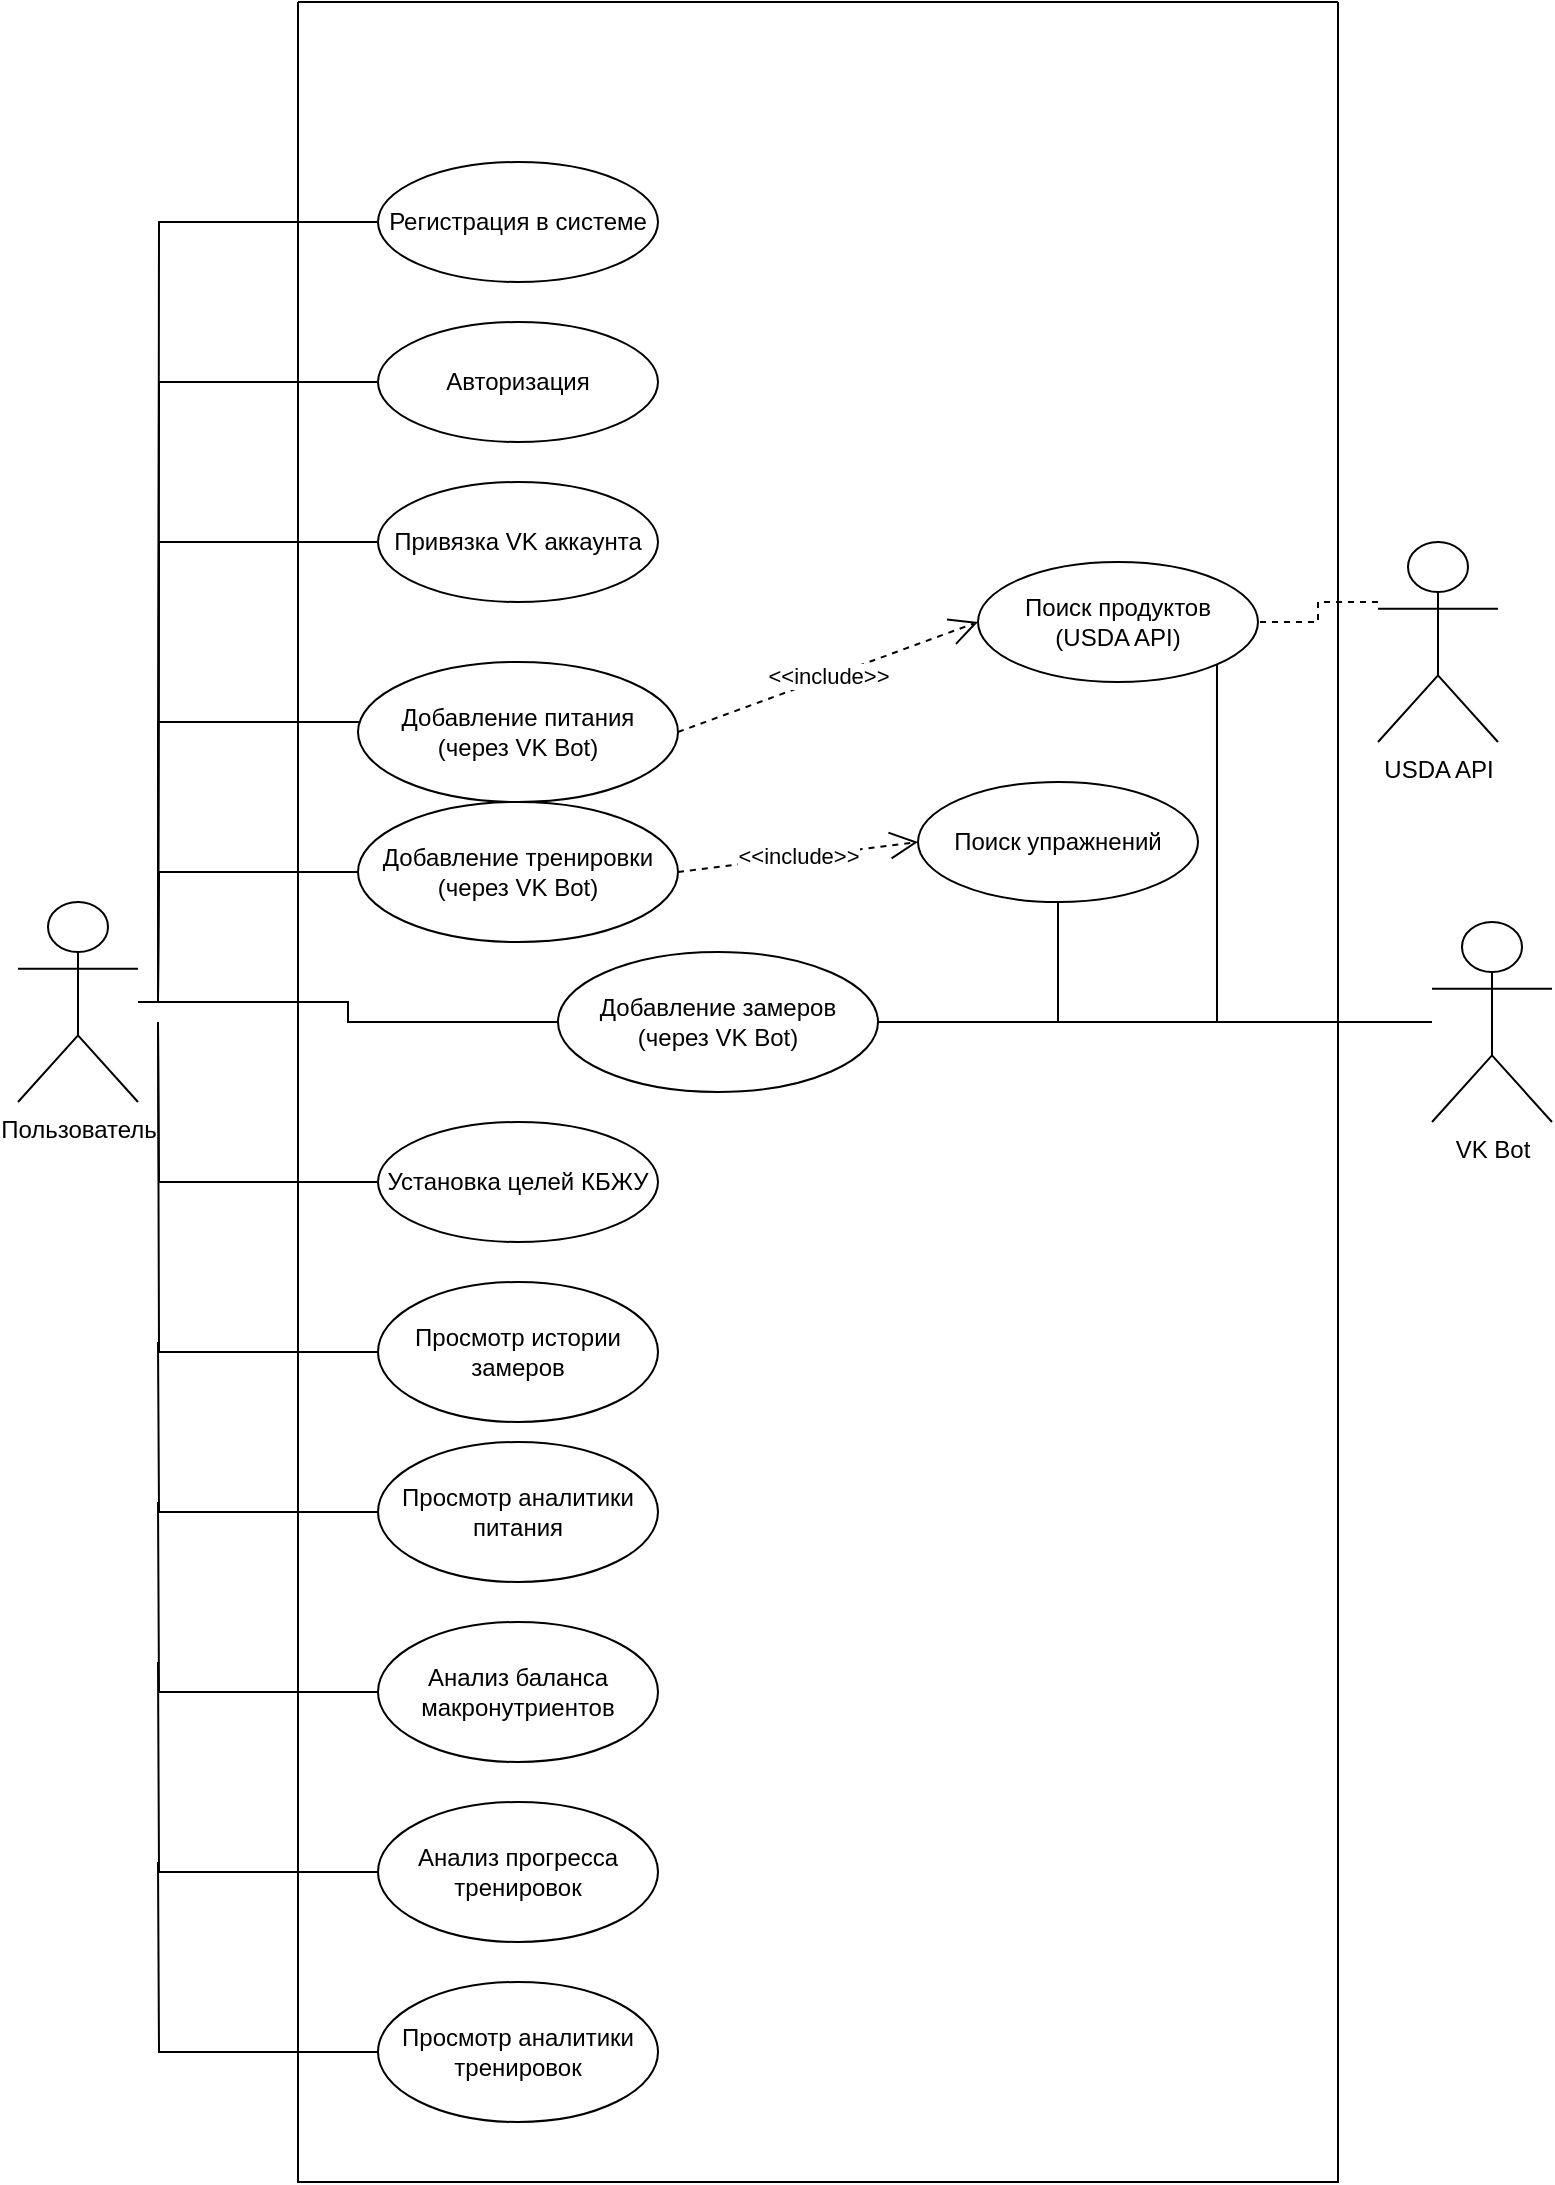
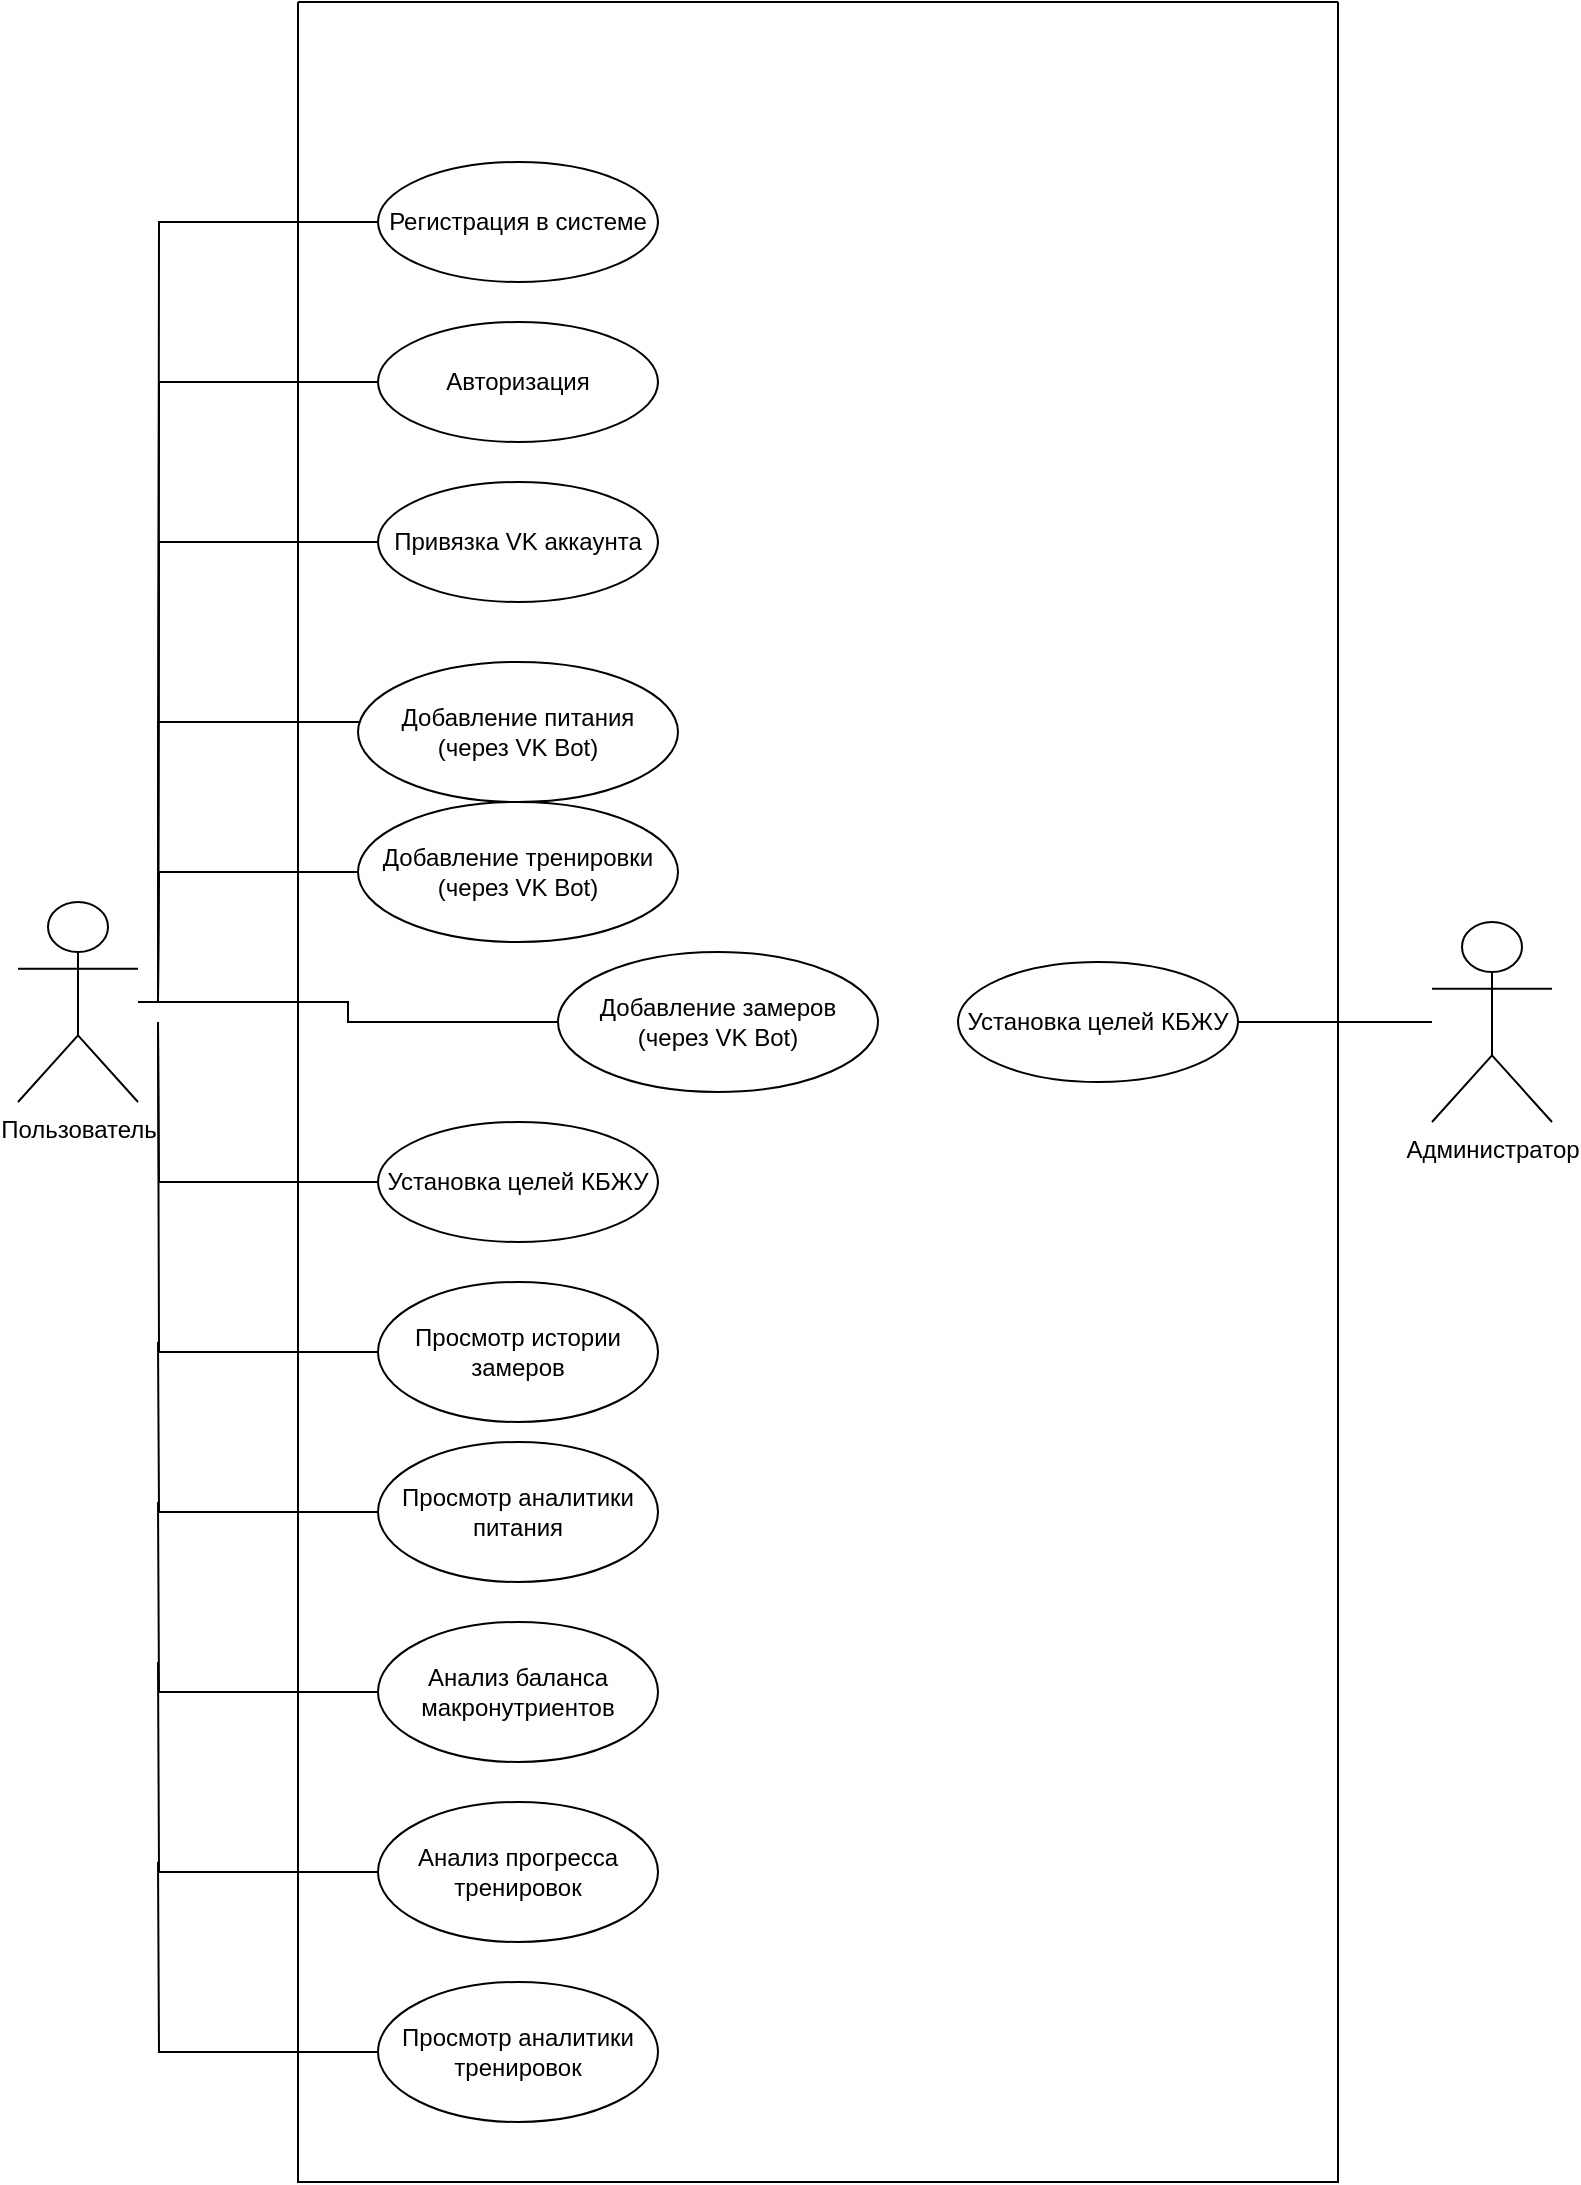
<mxfile host="app.diagrams.net">
  <diagram name="FitProgress Use Case" id="9JZ2y8M0cF6sNXs7l6vB">
-     <mxGraphModel dx="2020" dy="2300" grid="1" gridSize="10" guides="1" tooltips="1" connect="1" arrows="1" fold="1" page="1" pageScale="1" pageWidth="827" pageHeight="1169" math="0" shadow="0">
+     <mxGraphModel dx="1664" dy="2101" grid="1" gridSize="10" guides="1" tooltips="1" connect="1" arrows="1" fold="1" page="1" pageScale="1" pageWidth="827" pageHeight="1169" math="0" shadow="0">
      <root>
        <mxCell id="0" />
        <mxCell id="1" parent="0" />
        <mxCell id="9UH2vfzYbyjzuRudU_ZF-1" parent="1" style="swimlane;whiteSpace=wrap;html=1;startSize=0;fontSize=14;fontStyle=1" value="" vertex="1">
          <mxGeometry height="1090" width="520" x="260" y="-100" as="geometry">
            <mxRectangle height="40" width="50" x="280" y="110" as="alternateBounds" />
          </mxGeometry>
        </mxCell>
        <mxCell id="9UH2vfzYbyjzuRudU_ZF-2" parent="9UH2vfzYbyjzuRudU_ZF-1" style="ellipse;whiteSpace=wrap;html=1;" value="Регистрация в системе" vertex="1">
          <mxGeometry height="60" width="140" x="40" y="80" as="geometry" />
        </mxCell>
        <mxCell id="9UH2vfzYbyjzuRudU_ZF-3" parent="9UH2vfzYbyjzuRudU_ZF-1" style="ellipse;whiteSpace=wrap;html=1;" value="Авторизация" vertex="1">
          <mxGeometry height="60" width="140" x="40" y="160" as="geometry" />
        </mxCell>
        <mxCell id="9UH2vfzYbyjzuRudU_ZF-4" parent="9UH2vfzYbyjzuRudU_ZF-1" style="ellipse;whiteSpace=wrap;html=1;" value="Привязка VK аккаунта" vertex="1">
          <mxGeometry height="60" width="140" x="40" y="240" as="geometry" />
        </mxCell>
        <mxCell id="9UH2vfzYbyjzuRudU_ZF-46" edge="1" parent="9UH2vfzYbyjzuRudU_ZF-1" source="9UH2vfzYbyjzuRudU_ZF-6" style="edgeStyle=orthogonalEdgeStyle;rounded=0;orthogonalLoop=1;jettySize=auto;html=1;exitX=0;exitY=0.5;exitDx=0;exitDy=0;endArrow=none;endFill=0;">
          <mxGeometry relative="1" as="geometry">
            <mxPoint x="-70" y="510" as="targetPoint" />
          </mxGeometry>
        </mxCell>
        <mxCell id="9UH2vfzYbyjzuRudU_ZF-6" parent="9UH2vfzYbyjzuRudU_ZF-1" style="ellipse;whiteSpace=wrap;html=1;" value="Установка целей КБЖУ" vertex="1">
          <mxGeometry height="60" width="140" x="40" y="560" as="geometry" />
        </mxCell>
        <mxCell id="9UH2vfzYbyjzuRudU_ZF-7" parent="9UH2vfzYbyjzuRudU_ZF-1" style="ellipse;whiteSpace=wrap;html=1;" value="Добавление тренировки&lt;br&gt;(через VK Bot)" vertex="1">
          <mxGeometry height="70" width="160" x="30" y="400" as="geometry" />
        </mxCell>
        <mxCell id="9UH2vfzYbyjzuRudU_ZF-51" edge="1" parent="9UH2vfzYbyjzuRudU_ZF-1" source="9UH2vfzYbyjzuRudU_ZF-8" style="edgeStyle=orthogonalEdgeStyle;rounded=0;orthogonalLoop=1;jettySize=auto;html=1;endArrow=none;endFill=0;">
          <mxGeometry relative="1" as="geometry">
            <mxPoint x="-70" y="930" as="targetPoint" />
          </mxGeometry>
        </mxCell>
        <mxCell id="9UH2vfzYbyjzuRudU_ZF-8" parent="9UH2vfzYbyjzuRudU_ZF-1" style="ellipse;whiteSpace=wrap;html=1;" value="Просмотр аналитики&lt;br&gt;тренировок" vertex="1">
          <mxGeometry height="70" width="140" x="40" y="990" as="geometry" />
        </mxCell>
        <mxCell id="9UH2vfzYbyjzuRudU_ZF-50" edge="1" parent="9UH2vfzYbyjzuRudU_ZF-1" source="9UH2vfzYbyjzuRudU_ZF-9" style="edgeStyle=orthogonalEdgeStyle;rounded=0;orthogonalLoop=1;jettySize=auto;html=1;exitX=0;exitY=0.5;exitDx=0;exitDy=0;endArrow=none;endFill=0;">
          <mxGeometry relative="1" as="geometry">
            <mxPoint x="-70" y="830" as="targetPoint" />
          </mxGeometry>
        </mxCell>
        <mxCell id="9UH2vfzYbyjzuRudU_ZF-9" parent="9UH2vfzYbyjzuRudU_ZF-1" style="ellipse;whiteSpace=wrap;html=1;" value="Анализ прогресса&lt;br&gt;тренировок" vertex="1">
          <mxGeometry height="70" width="140" x="40" y="900" as="geometry" />
        </mxCell>
        <mxCell id="9UH2vfzYbyjzuRudU_ZF-10" parent="9UH2vfzYbyjzuRudU_ZF-1" style="ellipse;whiteSpace=wrap;html=1;" value="Добавление питания&lt;br&gt;(через VK Bot)" vertex="1">
          <mxGeometry height="70" width="160" x="30" y="330" as="geometry" />
        </mxCell>
        <mxCell id="9UH2vfzYbyjzuRudU_ZF-48" edge="1" parent="9UH2vfzYbyjzuRudU_ZF-1" source="9UH2vfzYbyjzuRudU_ZF-11" style="edgeStyle=orthogonalEdgeStyle;rounded=0;orthogonalLoop=1;jettySize=auto;html=1;exitX=0;exitY=0.5;exitDx=0;exitDy=0;endArrow=none;endFill=0;">
          <mxGeometry relative="1" as="geometry">
            <mxPoint x="-70" y="670" as="targetPoint" />
          </mxGeometry>
        </mxCell>
        <mxCell id="9UH2vfzYbyjzuRudU_ZF-11" parent="9UH2vfzYbyjzuRudU_ZF-1" style="ellipse;whiteSpace=wrap;html=1;" value="Просмотр аналитики&lt;br&gt;питания" vertex="1">
          <mxGeometry height="70" width="140" x="40" y="720" as="geometry" />
        </mxCell>
        <mxCell id="9UH2vfzYbyjzuRudU_ZF-49" edge="1" parent="9UH2vfzYbyjzuRudU_ZF-1" source="9UH2vfzYbyjzuRudU_ZF-12" style="edgeStyle=orthogonalEdgeStyle;rounded=0;orthogonalLoop=1;jettySize=auto;html=1;exitX=0;exitY=0.5;exitDx=0;exitDy=0;endArrow=none;endFill=0;">
          <mxGeometry relative="1" as="geometry">
            <mxPoint x="-70" y="750" as="targetPoint" />
          </mxGeometry>
        </mxCell>
        <mxCell id="9UH2vfzYbyjzuRudU_ZF-12" parent="9UH2vfzYbyjzuRudU_ZF-1" style="ellipse;whiteSpace=wrap;html=1;" value="Анализ баланса&lt;br&gt;макронутриентов" vertex="1">
          <mxGeometry height="70" width="140" x="40" y="810" as="geometry" />
        </mxCell>
        <mxCell id="9UH2vfzYbyjzuRudU_ZF-13" parent="9UH2vfzYbyjzuRudU_ZF-1" style="ellipse;whiteSpace=wrap;html=1;" value="Добавление замеров&lt;br&gt;(через VK Bot)" vertex="1">
          <mxGeometry height="70" width="160" x="130" y="475" as="geometry" />
        </mxCell>
        <mxCell id="9UH2vfzYbyjzuRudU_ZF-47" edge="1" parent="9UH2vfzYbyjzuRudU_ZF-1" source="9UH2vfzYbyjzuRudU_ZF-14" style="edgeStyle=orthogonalEdgeStyle;rounded=0;orthogonalLoop=1;jettySize=auto;html=1;exitX=0;exitY=0.5;exitDx=0;exitDy=0;endArrow=none;endFill=0;">
          <mxGeometry relative="1" as="geometry">
            <mxPoint x="-70" y="510" as="targetPoint" />
          </mxGeometry>
        </mxCell>
        <mxCell id="9UH2vfzYbyjzuRudU_ZF-14" parent="9UH2vfzYbyjzuRudU_ZF-1" style="ellipse;whiteSpace=wrap;html=1;" value="Просмотр истории&lt;br&gt;замеров" vertex="1">
          <mxGeometry height="70" width="140" x="40" y="640" as="geometry" />
        </mxCell>
-         <mxCell id="9UH2vfzYbyjzuRudU_ZF-15" parent="9UH2vfzYbyjzuRudU_ZF-1" style="ellipse;whiteSpace=wrap;html=1;" value="Поиск упражнений" vertex="1">
-           <mxGeometry height="60" width="140" x="310" y="390" as="geometry" />
-         </mxCell>
-         <mxCell id="9UH2vfzYbyjzuRudU_ZF-16" parent="9UH2vfzYbyjzuRudU_ZF-1" style="ellipse;whiteSpace=wrap;html=1;" value="Поиск продуктов&lt;br&gt;(USDA API)" vertex="1">
-           <mxGeometry height="60" width="140" x="340" y="280" as="geometry" />
+         <mxCell id="jBu0NGfkauPGYRwx4WHF-1" parent="9UH2vfzYbyjzuRudU_ZF-1" style="ellipse;whiteSpace=wrap;html=1;" value="Установка целей КБЖУ" vertex="1">
+           <mxGeometry height="60" width="140" x="330" y="480" as="geometry" />
        </mxCell>
        <mxCell id="9UH2vfzYbyjzuRudU_ZF-52" edge="1" parent="1" source="9UH2vfzYbyjzuRudU_ZF-17" style="edgeStyle=orthogonalEdgeStyle;rounded=0;orthogonalLoop=1;jettySize=auto;html=1;entryX=0;entryY=0.5;entryDx=0;entryDy=0;endArrow=none;endFill=0;" target="9UH2vfzYbyjzuRudU_ZF-13">
          <mxGeometry relative="1" as="geometry" />
        </mxCell>
        <mxCell id="9UH2vfzYbyjzuRudU_ZF-17" parent="1" style="shape=umlActor;verticalLabelPosition=bottom;verticalAlign=top;html=1;outlineConnect=0;" value="Пользователь" vertex="1">
          <mxGeometry height="100" width="60" x="120" y="350" as="geometry" />
        </mxCell>
-         <mxCell id="9UH2vfzYbyjzuRudU_ZF-56" edge="1" parent="1" source="9UH2vfzYbyjzuRudU_ZF-18" style="edgeStyle=orthogonalEdgeStyle;rounded=0;orthogonalLoop=1;jettySize=auto;html=1;entryX=1;entryY=1;entryDx=0;entryDy=0;endArrow=none;endFill=0;" target="9UH2vfzYbyjzuRudU_ZF-16">
-           <mxGeometry relative="1" as="geometry">
-             <Array as="points">
-               <mxPoint x="720" y="410" />
-             </Array>
-           </mxGeometry>
-         </mxCell>
-         <mxCell id="9UH2vfzYbyjzuRudU_ZF-18" parent="1" style="shape=umlActor;verticalLabelPosition=bottom;verticalAlign=top;html=1;outlineConnect=0;" value="VK Bot" vertex="1">
-           <mxGeometry height="100" width="60" x="827" y="360" as="geometry" />
-         </mxCell>
-         <mxCell id="9UH2vfzYbyjzuRudU_ZF-19" parent="1" style="shape=umlActor;verticalLabelPosition=bottom;verticalAlign=top;html=1;outlineConnect=0;" value="USDA API" vertex="1">
-           <mxGeometry height="100" width="60" x="800" y="170" as="geometry" />
-         </mxCell>
-         <mxCell id="9UH2vfzYbyjzuRudU_ZF-35" edge="1" parent="1" source="9UH2vfzYbyjzuRudU_ZF-19" style="endArrow=none;html=1;exitX=0;exitY=0.3;exitDx=0;exitDy=0;entryX=1;entryY=0.5;entryDx=0;entryDy=0;dashed=1;edgeStyle=orthogonalEdgeStyle;rounded=0;curved=0;" target="9UH2vfzYbyjzuRudU_ZF-16">
+         <mxCell id="jBu0NGfkauPGYRwx4WHF-2" edge="1" parent="1" source="9UH2vfzYbyjzuRudU_ZF-18" style="edgeStyle=orthogonalEdgeStyle;rounded=0;orthogonalLoop=1;jettySize=auto;html=1;endArrow=none;endFill=0;" target="jBu0NGfkauPGYRwx4WHF-1">
          <mxGeometry relative="1" as="geometry" />
        </mxCell>
-         <mxCell id="9UH2vfzYbyjzuRudU_ZF-36" edge="1" parent="1" source="9UH2vfzYbyjzuRudU_ZF-7" style="endArrow=open;endSize=12;dashed=1;html=1;exitX=1;exitY=0.5;exitDx=0;exitDy=0;entryX=0;entryY=0.5;entryDx=0;entryDy=0;" target="9UH2vfzYbyjzuRudU_ZF-15" value="&amp;lt;&amp;lt;include&amp;gt;&amp;gt;">
-           <mxGeometry relative="1" width="160" as="geometry">
-             <mxPoint x="500" y="400" as="sourcePoint" />
-             <mxPoint x="660" y="400" as="targetPoint" />
-           </mxGeometry>
-         </mxCell>
-         <mxCell id="9UH2vfzYbyjzuRudU_ZF-37" edge="1" parent="1" source="9UH2vfzYbyjzuRudU_ZF-10" style="endArrow=open;endSize=12;dashed=1;html=1;exitX=1;exitY=0.5;exitDx=0;exitDy=0;entryX=0;entryY=0.5;entryDx=0;entryDy=0;" target="9UH2vfzYbyjzuRudU_ZF-16" value="&amp;lt;&amp;lt;include&amp;gt;&amp;gt;">
-           <mxGeometry relative="1" width="160" as="geometry">
-             <mxPoint x="500" y="500" as="sourcePoint" />
-             <mxPoint x="660" y="500" as="targetPoint" />
-           </mxGeometry>
+         <mxCell id="9UH2vfzYbyjzuRudU_ZF-18" parent="1" style="shape=umlActor;verticalLabelPosition=bottom;verticalAlign=top;html=1;outlineConnect=0;" value="Администратор&lt;div&gt;&lt;br&gt;&lt;/div&gt;" vertex="1">
+           <mxGeometry height="100" width="60" x="827" y="360" as="geometry" />
        </mxCell>
        <mxCell id="9UH2vfzYbyjzuRudU_ZF-41" edge="1" parent="1" source="9UH2vfzYbyjzuRudU_ZF-10" style="edgeStyle=orthogonalEdgeStyle;rounded=0;orthogonalLoop=1;jettySize=auto;html=1;endArrow=none;endFill=0;" target="9UH2vfzYbyjzuRudU_ZF-17">
          <mxGeometry relative="1" as="geometry">
            <Array as="points">
              <mxPoint x="190" y="260" />
              <mxPoint x="190" y="400" />
            </Array>
          </mxGeometry>
        </mxCell>
        <mxCell id="9UH2vfzYbyjzuRudU_ZF-42" edge="1" parent="1" source="9UH2vfzYbyjzuRudU_ZF-7" style="edgeStyle=orthogonalEdgeStyle;rounded=0;orthogonalLoop=1;jettySize=auto;html=1;endArrow=none;endFill=0;exitX=0;exitY=0.5;exitDx=0;exitDy=0;">
          <mxGeometry relative="1" as="geometry">
            <mxPoint x="330" y="250" as="sourcePoint" />
            <mxPoint x="190" y="400" as="targetPoint" />
          </mxGeometry>
        </mxCell>
        <mxCell id="9UH2vfzYbyjzuRudU_ZF-43" edge="1" parent="1" source="9UH2vfzYbyjzuRudU_ZF-4" style="edgeStyle=orthogonalEdgeStyle;rounded=0;orthogonalLoop=1;jettySize=auto;html=1;endArrow=none;endFill=0;exitX=0;exitY=0.5;exitDx=0;exitDy=0;">
          <mxGeometry relative="1" as="geometry">
            <mxPoint x="340" y="150" as="sourcePoint" />
            <mxPoint x="190" y="400" as="targetPoint" />
          </mxGeometry>
        </mxCell>
        <mxCell id="9UH2vfzYbyjzuRudU_ZF-44" edge="1" parent="1" source="9UH2vfzYbyjzuRudU_ZF-3" style="edgeStyle=orthogonalEdgeStyle;rounded=0;orthogonalLoop=1;jettySize=auto;html=1;endArrow=none;endFill=0;exitX=0;exitY=0.5;exitDx=0;exitDy=0;">
          <mxGeometry relative="1" as="geometry">
            <mxPoint x="290" y="80" as="sourcePoint" />
            <mxPoint x="190" y="400" as="targetPoint" />
          </mxGeometry>
        </mxCell>
        <mxCell id="9UH2vfzYbyjzuRudU_ZF-45" edge="1" parent="1" source="9UH2vfzYbyjzuRudU_ZF-2" style="edgeStyle=orthogonalEdgeStyle;rounded=0;orthogonalLoop=1;jettySize=auto;html=1;endArrow=none;endFill=0;exitX=0;exitY=0.5;exitDx=0;exitDy=0;">
          <mxGeometry relative="1" as="geometry">
            <mxPoint x="300" y="-10" as="sourcePoint" />
            <mxPoint x="190" y="400" as="targetPoint" />
          </mxGeometry>
        </mxCell>
-         <mxCell id="9UH2vfzYbyjzuRudU_ZF-57" edge="1" parent="1" source="9UH2vfzYbyjzuRudU_ZF-15" style="edgeStyle=orthogonalEdgeStyle;rounded=0;orthogonalLoop=1;jettySize=auto;html=1;endArrow=none;endFill=0;" target="9UH2vfzYbyjzuRudU_ZF-18">
-           <mxGeometry relative="1" as="geometry">
-             <Array as="points">
-               <mxPoint x="640" y="410" />
-             </Array>
-           </mxGeometry>
-         </mxCell>
-         <mxCell id="9UH2vfzYbyjzuRudU_ZF-58" edge="1" parent="1" source="9UH2vfzYbyjzuRudU_ZF-13" style="edgeStyle=orthogonalEdgeStyle;rounded=0;orthogonalLoop=1;jettySize=auto;html=1;endArrow=none;endFill=0;" target="9UH2vfzYbyjzuRudU_ZF-18">
-           <mxGeometry relative="1" as="geometry" />
-         </mxCell>
      </root>
    </mxGraphModel>
  </diagram>
</mxfile>
